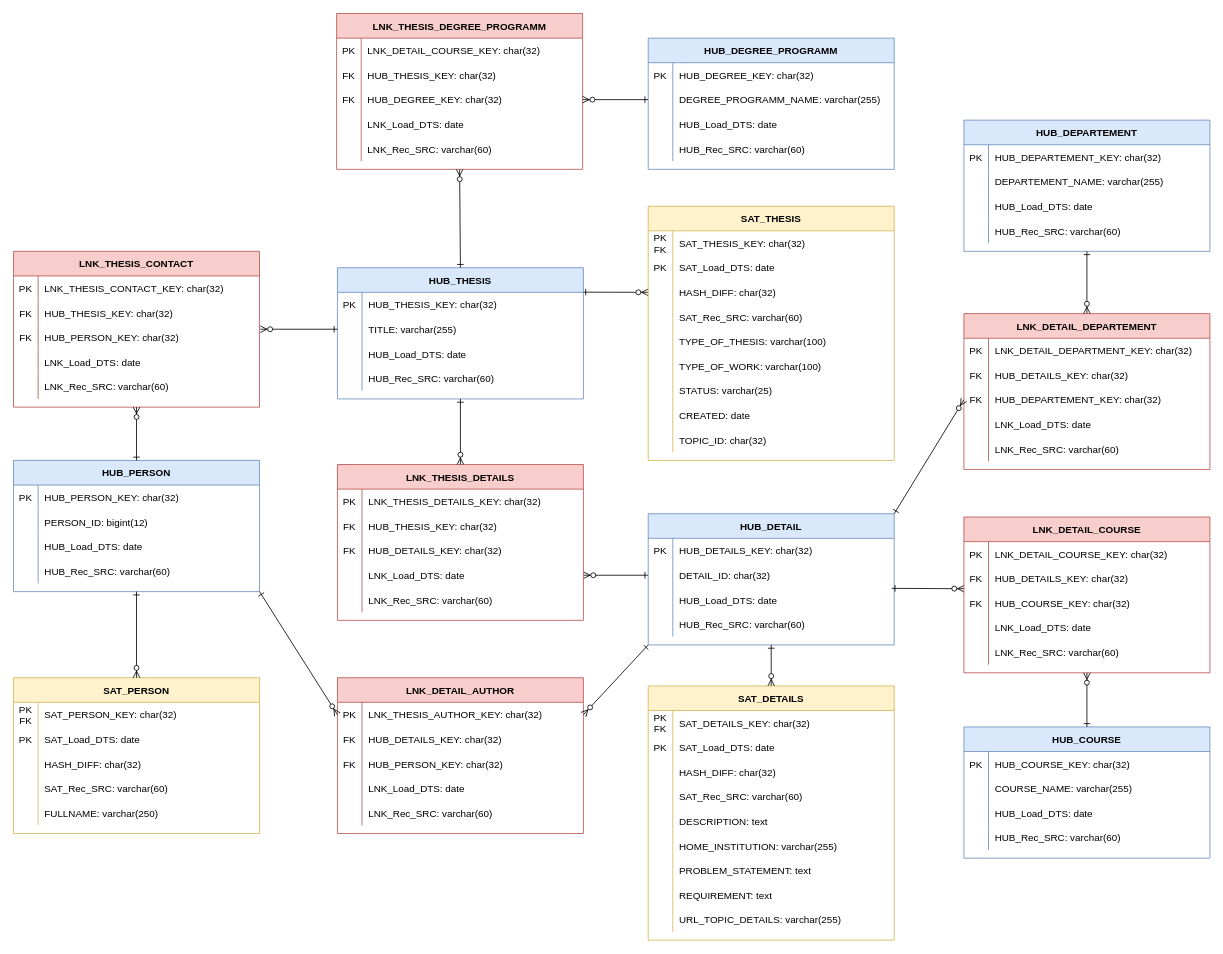
The draw.io diagram model/data_vault.drawio in sekrupke/bi-mini-project-p02, before the edit. Source tidied: cells renumbered, new cells numbered last; positions are measured from the earlier drawing's top-left corner, leaving out a move shared by most shapes. Both pictures are drawn from the tidied source at 82%, with x=0, y=0 at pixel (13, 13).
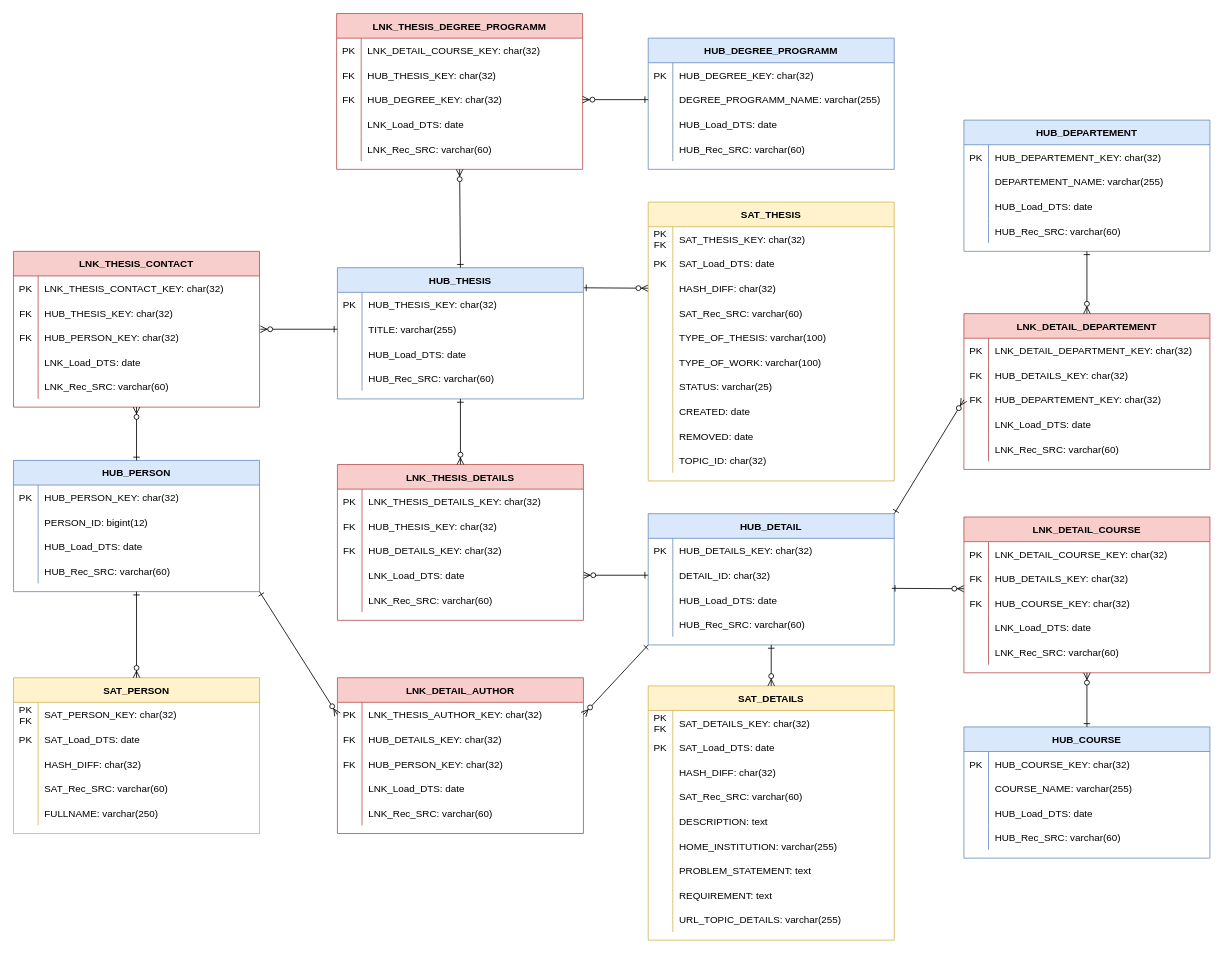
After the change.

Unchanged cells that the change refers to:
```xml
<mxCell id="11" style="shape=partialRectangle;fillColor=none;points=[[0,0.5],[1,0.5]];portConstraint=eastwest;top=0;left=0;right=0;bottom=0;" parent="4" vertex="1">
  <mxGeometry y="90" width="300" height="30" as="geometry" />
</mxCell>
<mxCell id="29" style="shape=partialRectangle;fillColor=none;top=0;left=0;right=0;bottom=0;" parent="4" vertex="1">
  <mxGeometry y="270" width="300" height="30" as="geometry" />
</mxCell>
<mxCell id="45" value="HUB_THESIS" style="shape=table;startSize=30;childLayout=tableLayout;rowLines=0;fontStyle=1;align=center;fillColor=#dae8fc;strokeColor=#6c8ebf;" parent="1" vertex="1">
  <mxGeometry x="395" y="310" width="300" height="160" as="geometry" />
</mxCell>
<mxCell id="46" style="shape=partialRectangle;fillColor=none;points=[[0,0.5],[1,0.5]];portConstraint=eastwest;top=0;left=0;right=0;bottom=0;" parent="45" vertex="1">
  <mxGeometry y="30" width="300" height="30" as="geometry" />
</mxCell>
```

What changed in the source:
```diff
@@
-    <mxCell id="2" style="endArrow=ERzeroToMany;startArrow=ERone;endFill=1;startFill=0;entryX=0;entryY=0.5;entryDx=0;entryDy=0;exitX=0.996;exitY=-0.007;exitDx=0;exitDy=0;exitPerimeter=0;" parent="1" edge="1" source="46" target="11">
+    <mxCell id="2" style="endArrow=ERzeroToMany;startArrow=ERone;endFill=1;startFill=0;entryX=0;entryY=0.5;entryDx=0;entryDy=0;exitX=0.998;exitY=0.153;exitDx=0;exitDy=0;exitPerimeter=0;" parent="1" edge="1" source="45" target="11">
       <mxGeometry relative="1" as="geometry" />
     </mxCell>
@@
     <mxCell id="4" value="SAT_THESIS" style="shape=table;startSize=30;childLayout=tableLayout;rowLines=0;fontStyle=1;align=center;fillColor=#fff2cc;strokeColor=#d6b656;" parent="1" vertex="1">
-      <mxGeometry x="774" y="235" width="300" height="310" as="geometry" />
+      <mxGeometry x="774" y="230" width="300" height="340" as="geometry" />
     </mxCell>
@@
-    <mxCell id="31" value="TOPIC_ID: char(32)" style="shape=partialRectangle;overflow=hidden;fillColor=none;top=0;left=0;bottom=0;right=0;align=left;spacingLeft=6;" parent="29" vertex="1">
+    <mxCell id="31" value="REMOVED: date" style="shape=partialRectangle;overflow=hidden;fillColor=none;top=0;left=0;bottom=0;right=0;align=left;spacingLeft=6;" parent="29" vertex="1">
       <mxGeometry x="30" width="270" height="30" as="geometry" />
     </mxCell>
+    <mxCell id="264" style="shape=partialRectangle;fillColor=none;top=0;left=0;right=0;bottom=0;" parent="4" vertex="1">
+      <mxGeometry y="300" width="300" height="30" as="geometry" />
+    </mxCell>
+    <mxCell id="265" style="shape=partialRectangle;overflow=hidden;fillColor=none;top=0;left=0;bottom=0;right=0;" parent="264" vertex="1">
+      <mxGeometry width="30" height="30" as="geometry" />
+    </mxCell>
+    <mxCell id="266" value="TOPIC_ID: char(32)" style="shape=partialRectangle;overflow=hidden;fillColor=none;top=0;left=0;bottom=0;right=0;align=left;spacingLeft=6;" parent="264" vertex="1">
+      <mxGeometry x="30" width="270" height="30" as="geometry" />
+    </mxCell>
```
